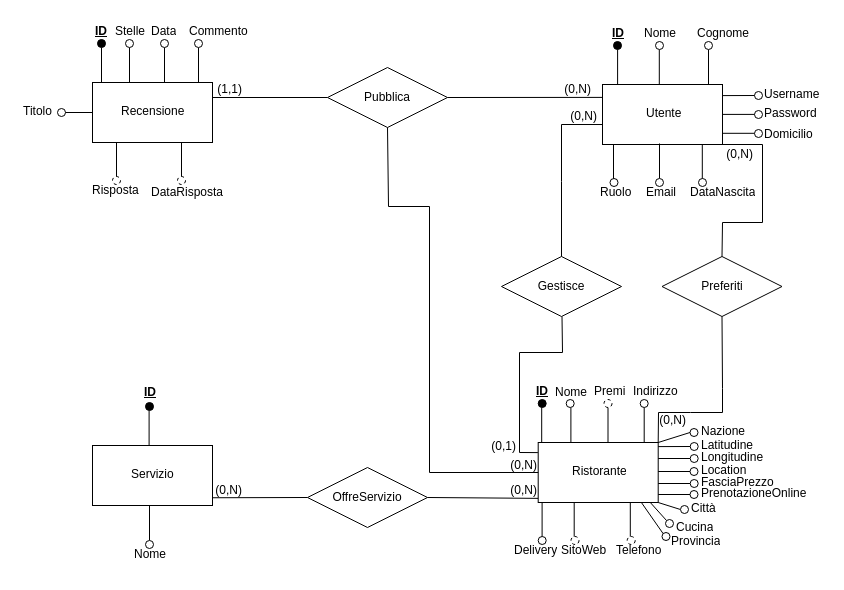
Before: Progettazione/1_Doc. Conclusi/Diagrammi/ERDiagram.drawio in FloshDev/TheKnife-B, a draw.io diagram. Source tidied: cells renumbered, new cells numbered last; positions are measured from the earlier drawing's top-left corner, leaving out a move shared by most shapes. Both pictures are drawn from the tidied source at 100%, with x=0, y=0 at pixel (17, 17).
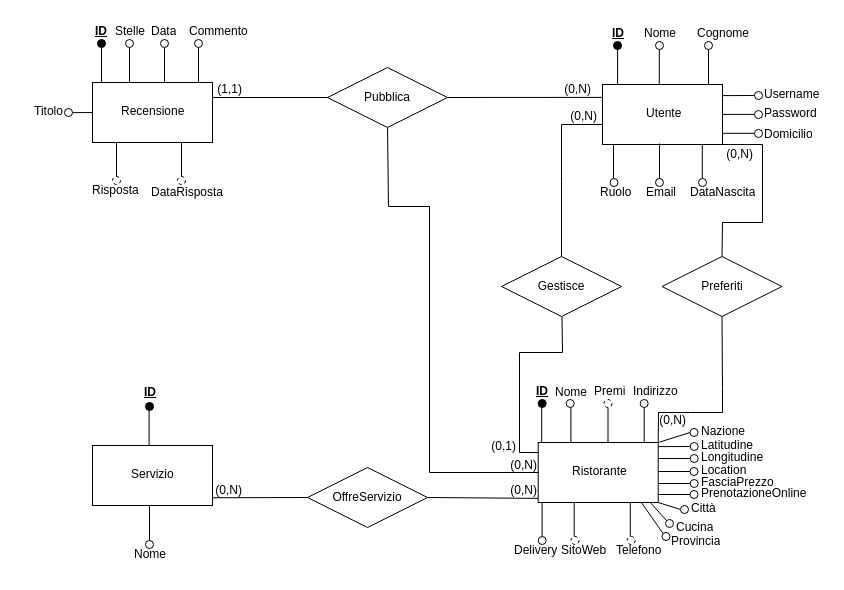
The same diagram, later.

Unchanged cells that the change refers to:
```xml
<mxCell id="2" style="rounded=0;whiteSpace=wrap;html=1;" parent="1" vertex="1">
  <mxGeometry x="75" y="65" width="120" height="60" as="geometry" />
</mxCell>
```

Change to the diagram source:
```diff
@@
-    <mxCell id="122" style="endArrow=none;html=1;rounded=0;exitX=0;exitY=0.5;exitDx=0;exitDy=0;" parent="1" edge="1" source="2">
+    <mxCell id="122" style="endArrow=none;html=1;rounded=0;exitX=0;exitY=0.5;exitDx=0;exitDy=0;" parent="1" edge="1" source="124">
       <mxGeometry relative="1" as="geometry">
         <mxPoint x="47.5" y="95" as="targetPoint" />
       </mxGeometry>
     </mxCell>
     <mxCell id="123" value="Titolo" style="text;strokeColor=none;fillColor=none;spacingLeft=4;spacingRight=4;overflow=hidden;fontSize=12;whiteSpace=wrap;html=1;" parent="1" vertex="1">
-      <mxGeometry y="80" width="40" height="30" as="geometry" />
+      <mxGeometry x="11" y="80" width="40" height="30" as="geometry" />
     </mxCell>
-    <mxCell id="124" style="ellipse;whiteSpace=wrap;html=1;align=center;" parent="1" vertex="1">
-      <mxGeometry x="40" y="91" width="8" height="8" as="geometry" />
-    </mxCell>
@@
+    <mxCell id="134" style="endArrow=none;html=1;rounded=0;exitX=0;exitY=0.5;exitDx=0;exitDy=0;" parent="1" edge="1" source="2" target="124">
+      <mxGeometry relative="1" as="geometry" />
+    </mxCell>
+    <mxCell id="124" style="ellipse;whiteSpace=wrap;html=1;align=center;" parent="1" vertex="1">
+      <mxGeometry x="47" y="91" width="8" height="8" as="geometry" />
+    </mxCell>
```
